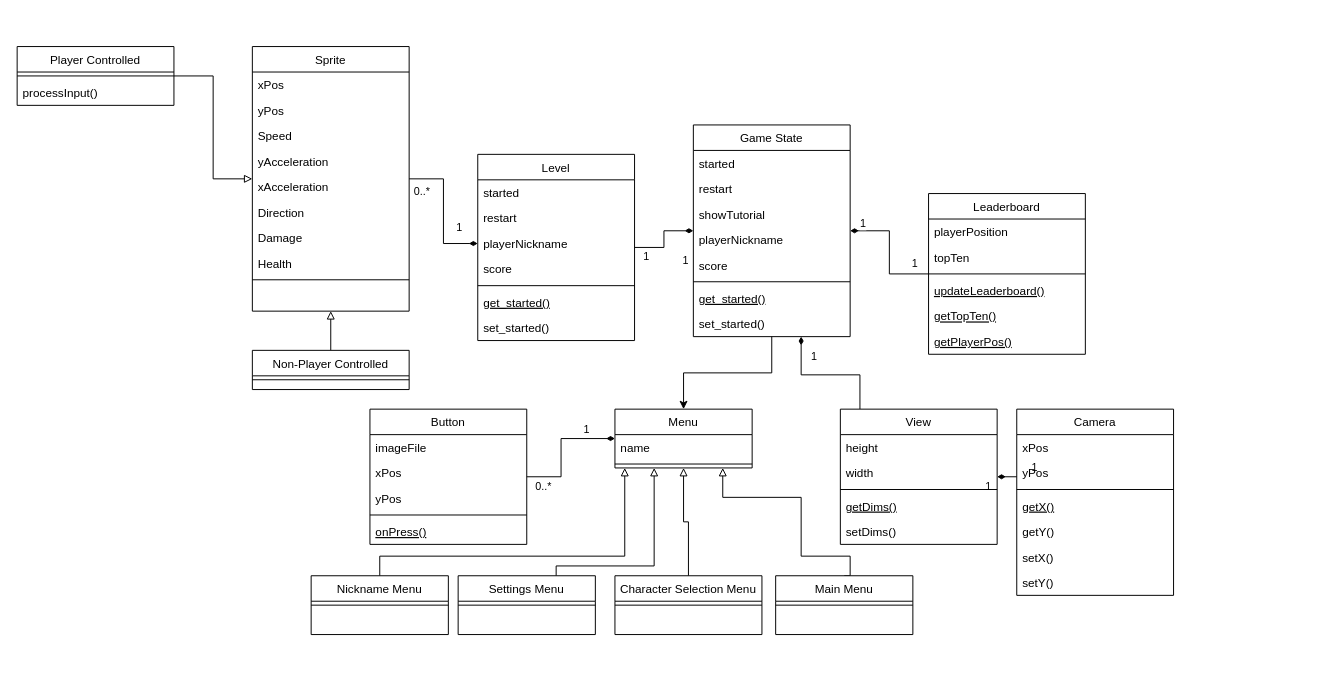
The draw.io diagram class-diagram.drawio in UoB-COMSM0110/2024-group-9, before the edit. Source tidied: cells renumbered, new cells numbered last; positions are measured from the earlier drawing's top-left corner, leaving out a move shared by most shapes. Both pictures are drawn from the tidied source at 98%, with x=0, y=0 at pixel (17, 46).
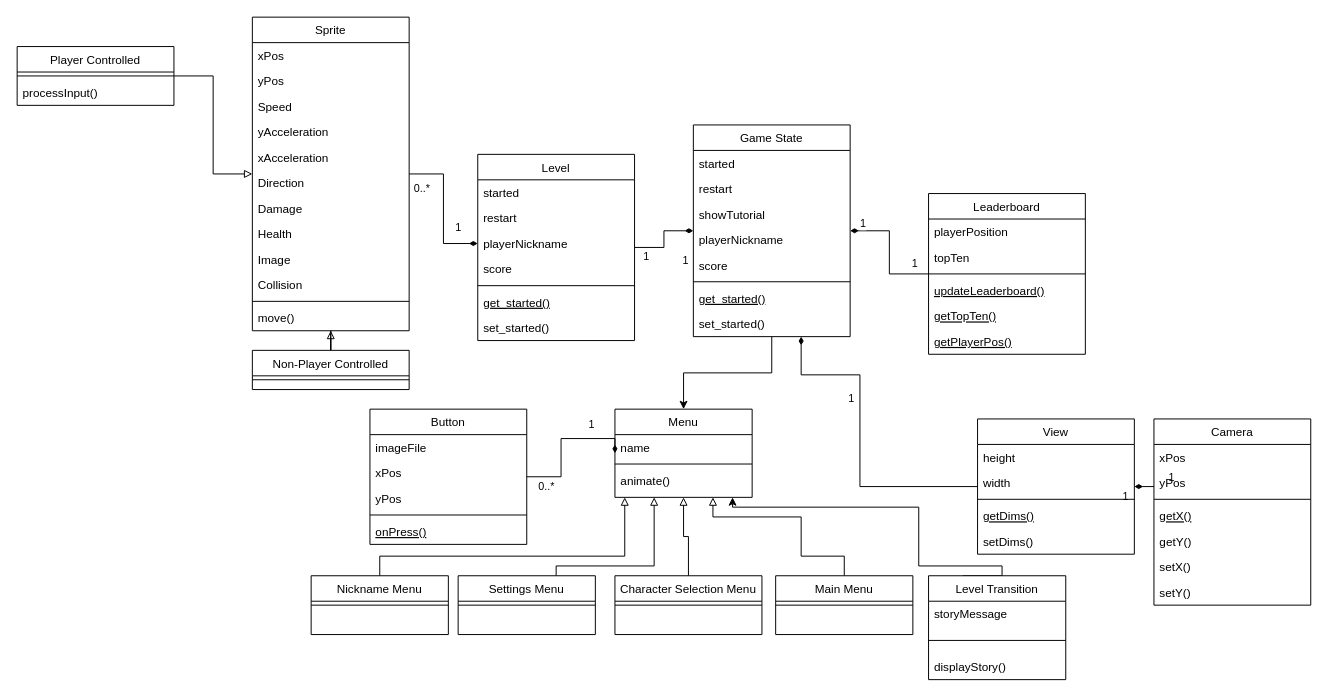
The same page after the edit.

Commit message (it also covers changes not shown here):
Add sprite attributes and story menu

The change refers to these unchanged cells:
```xml
<mxCell id="92" value="Main Menu" style="swimlane;fontStyle=0;align=center;verticalAlign=top;horizontal=1;startSize=26;rounded=0;shadow=0;strokeWidth=1;" parent="1" vertex="1">
  <mxGeometry x="774" y="540" width="140" height="60" as="geometry" />
</mxCell>
```

Change to the diagram source:
```diff
@@
     <mxCell id="23" style="edgeStyle=orthogonalEdgeStyle;rounded=0;jettySize=auto;html=1;startArrow=diamondThin;startFill=1;endArrow=none;endFill=0;" parent="1" edge="1" source="26" target="32">
       <mxGeometry relative="1" as="geometry">
         <Array as="points">
-          <mxPoint x="980" y="439" />
-          <mxPoint x="980" y="442" />
+          <mxPoint x="1120" y="449" />
+          <mxPoint x="1120" y="452" />
         </Array>
       </mxGeometry>
     </mxCell>
@@
     <mxCell id="26" value="View" style="swimlane;fontStyle=0;align=center;verticalAlign=top;horizontal=1;startSize=26;rounded=0;shadow=0;strokeWidth=1;" parent="1" vertex="1">
-      <mxGeometry x="840" y="370" width="160" height="138" as="geometry" />
+      <mxGeometry x="980" y="380" width="160" height="138" as="geometry" />
     </mxCell>
@@
     <mxCell id="32" value="Camera" style="swimlane;fontStyle=0;align=center;verticalAlign=top;horizontal=1;startSize=26;rounded=0;shadow=0;strokeWidth=1;" parent="1" vertex="1">
-      <mxGeometry x="1020" y="370" width="160" height="190" as="geometry" />
+      <mxGeometry x="1160" y="380" width="160" height="190" as="geometry" />
     </mxCell>
@@
     <mxCell id="42" value="Sprite" style="swimlane;fontStyle=0;align=center;verticalAlign=top;horizontal=1;startSize=26;rounded=0;shadow=0;strokeWidth=1;" parent="1" vertex="1">
-      <mxGeometry x="240" width="160" height="270" as="geometry" />
+      <mxGeometry x="240" y="-30" width="160" height="320" as="geometry" />
     </mxCell>
@@
+    <mxCell id="96" value="Health" style="text;align=left;verticalAlign=top;spacingLeft=4;spacingRight=4;overflow=hidden;rounded=0;shadow=0;html=0;" parent="42" vertex="1">
+      <mxGeometry y="208" width="160" height="26" as="geometry" />
+    </mxCell>
+    <mxCell id="97" value="Image" style="text;align=left;verticalAlign=top;spacingLeft=4;spacingRight=4;overflow=hidden;rounded=0;shadow=0;html=0;" parent="42" vertex="1">
+      <mxGeometry y="234" width="160" height="26" as="geometry" />
+    </mxCell>
-    <mxCell id="50" value="Health" style="text;align=left;verticalAlign=top;spacingLeft=4;spacingRight=4;overflow=hidden;rounded=0;shadow=0;html=0;" parent="42" vertex="1">
-      <mxGeometry y="208" width="160" height="26" as="geometry" />
+    <mxCell id="50" value="Collision" style="text;align=left;verticalAlign=top;spacingLeft=4;spacingRight=4;overflow=hidden;rounded=0;shadow=0;html=0;" parent="42" vertex="1">
+      <mxGeometry y="260" width="160" height="26" as="geometry" />
     </mxCell>
     <mxCell id="51" style="line;html=1;strokeWidth=1;align=left;verticalAlign=middle;spacingTop=-1;spacingLeft=3;spacingRight=3;labelPosition=right;" parent="42" vertex="1">
-      <mxGeometry y="234" width="160" height="8" as="geometry" />
+      <mxGeometry y="286" width="160" height="8" as="geometry" />
     </mxCell>
+    <mxCell id="98" value="move()" style="text;align=left;verticalAlign=top;spacingLeft=4;spacingRight=4;overflow=hidden;rounded=0;shadow=0;html=0;" parent="42" vertex="1">
+      <mxGeometry y="294" width="160" height="26" as="geometry" />
+    </mxCell>
@@
     <mxCell id="77" style="edgeStyle=orthogonalEdgeStyle;rounded=0;jettySize=auto;html=1;entryX=0.5;entryY=0;entryDx=0;entryDy=0;startArrow=block;startFill=0;endArrow=none;endFill=0;" parent="1" edge="1" source="79" target="92">
       <mxGeometry relative="1" as="geometry">
         <Array as="points">
-          <mxPoint x="720" y="460" />
-          <mxPoint x="800" y="460" />
+          <mxPoint x="710" y="480" />
+          <mxPoint x="800" y="480" />
           <mxPoint x="800" y="520" />
-          <mxPoint x="850" y="520" />
+          <mxPoint x="844" y="520" />
         </Array>
       </mxGeometry>
     </mxCell>
@@
     <mxCell id="79" value="Menu" style="swimlane;fontStyle=0;align=center;verticalAlign=top;horizontal=1;startSize=26;rounded=0;shadow=0;strokeWidth=1;" parent="1" vertex="1">
-      <mxGeometry x="610" y="370" width="140" height="60" as="geometry" />
+      <mxGeometry x="610" y="370" width="140" height="90" as="geometry" />
     </mxCell>
@@
+    <mxCell id="99" value="animate()" style="text;align=left;verticalAlign=top;spacingLeft=4;spacingRight=4;overflow=hidden;rounded=0;shadow=0;html=0;" parent="79" vertex="1">
+      <mxGeometry y="60" width="140" height="26" as="geometry" />
+    </mxCell>
@@
+    <mxCell id="100" style="edgeStyle=orthogonalEdgeStyle;rounded=0;jettySize=auto;html=1;exitX=0.25;exitY=0;exitDx=0;exitDy=0;" parent="1" edge="1" source="101">
+      <mxGeometry relative="1" as="geometry">
+        <mxPoint x="730" y="460" as="targetPoint" />
+        <Array as="points">
+          <mxPoint x="1005" y="530" />
+          <mxPoint x="920" y="530" />
+          <mxPoint x="920" y="470" />
+          <mxPoint x="730" y="470" />
+        </Array>
+      </mxGeometry>
+    </mxCell>
+    <mxCell id="101" value="Level Transition" style="swimlane;fontStyle=0;align=center;verticalAlign=top;horizontal=1;startSize=26;rounded=0;shadow=0;strokeWidth=1;" parent="1" vertex="1">
+      <mxGeometry x="930" y="540" width="140" height="106" as="geometry" />
+    </mxCell>
+    <mxCell id="102" value="storyMessage" style="text;align=left;verticalAlign=top;spacingLeft=4;spacingRight=4;overflow=hidden;rounded=0;shadow=0;html=0;" parent="101" vertex="1">
+      <mxGeometry y="26" width="140" height="26" as="geometry" />
+    </mxCell>
+    <mxCell id="103" style="line;html=1;strokeWidth=1;align=left;verticalAlign=middle;spacingTop=-1;spacingLeft=3;spacingRight=3;labelPosition=right;" parent="101" vertex="1">
+      <mxGeometry y="52" width="140" height="28" as="geometry" />
+    </mxCell>
+    <mxCell id="104" value="displayStory()" style="text;align=left;verticalAlign=top;spacingLeft=4;spacingRight=4;overflow=hidden;rounded=0;shadow=0;html=0;" parent="101" vertex="1">
+      <mxGeometry y="80" width="140" height="26" as="geometry" />
+    </mxCell>
```
